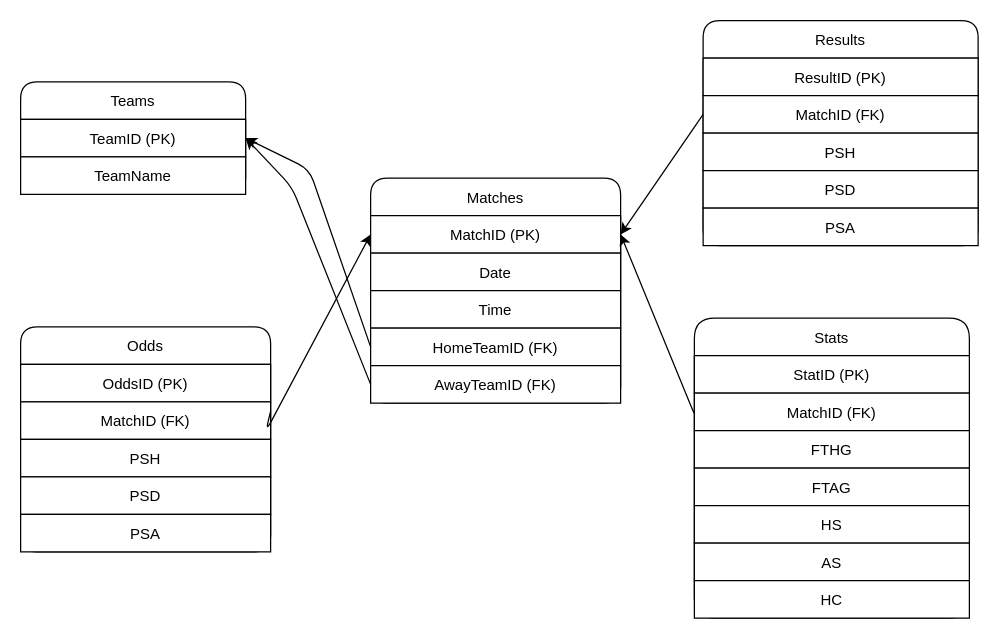
The draw.io diagram shemat_db.drawio in Damien0101/football_prediction, before the edit. Source tidied: cells renumbered, new cells numbered last; positions are measured from the earlier drawing's top-left corner, leaving out a move shared by most shapes. Both pictures are drawn from the tidied source at 125%, with x=0, y=0 at pixel (20, 20).
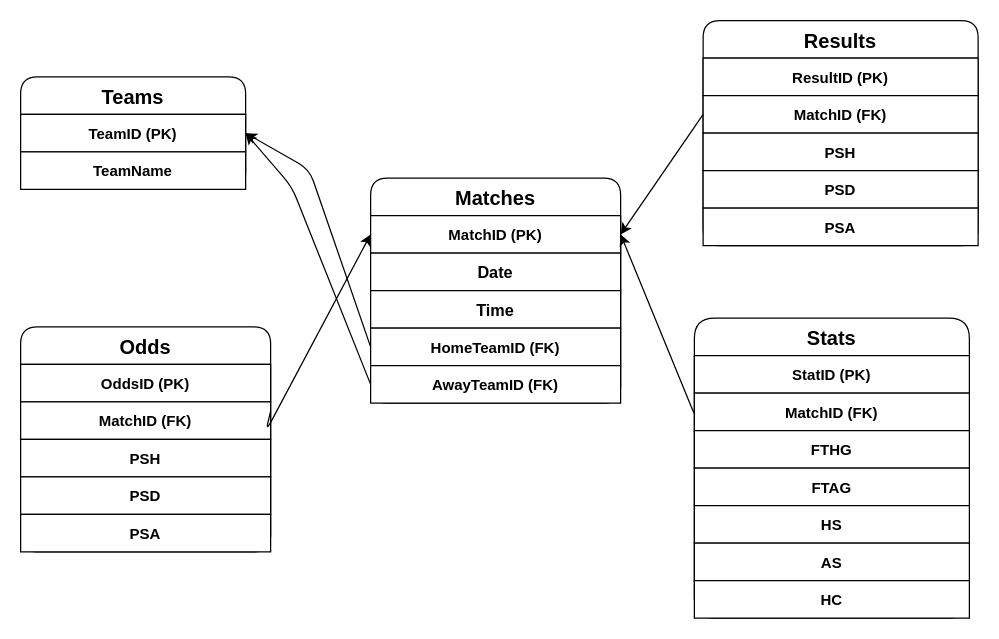
The same diagram, later.

What changed in the source:
```diff
@@
-    <mxCell id="2" value="Teams" style="shape=table;startSize=30;rounded=1;" parent="1" vertex="1">
-      <mxGeometry y="49" width="180" height="90" as="geometry" />
+    <mxCell id="2" value="Teams" style="shape=table;startSize=30;rounded=1;fontStyle=1;fontSize=16;" parent="1" vertex="1">
+      <mxGeometry y="45" width="180" height="90" as="geometry" />
     </mxCell>
-    <mxCell id="3" value="TeamID (PK)" parent="2" vertex="1">
+    <mxCell id="3" value="TeamID (PK)" style="fontStyle=1;" parent="2" vertex="1">
       <mxGeometry y="30" width="180" height="30" as="geometry" />
     </mxCell>
-    <mxCell id="4" value="TeamName" parent="2" vertex="1">
+    <mxCell id="4" value="TeamName" style="fontStyle=1;" parent="2" vertex="1">
       <mxGeometry y="60" width="180" height="30" as="geometry" />
     </mxCell>
-    <mxCell id="5" value="Matches" style="shape=table;startSize=30;swimlaneFillColor=none;rounded=1;" parent="1" vertex="1">
+    <mxCell id="5" value="Matches" style="shape=table;startSize=30;swimlaneFillColor=none;rounded=1;fontStyle=1;fontSize=16;" parent="1" vertex="1">
       <mxGeometry x="280" y="126" width="200" height="180" as="geometry" />
     </mxCell>
-    <mxCell id="6" value="MatchID (PK)" parent="5" vertex="1">
+    <mxCell id="6" value="MatchID (PK)" style="fontStyle=1;" parent="5" vertex="1">
       <mxGeometry y="30" width="200" height="30" as="geometry" />
     </mxCell>
-    <mxCell id="7" value="Date" parent="5" vertex="1">
+    <mxCell id="7" value="Date" style="fontStyle=1;fontSize=13;" parent="5" vertex="1">
       <mxGeometry y="60" width="200" height="30" as="geometry" />
     </mxCell>
-    <mxCell id="8" value="Time" parent="5" vertex="1">
+    <mxCell id="8" value="Time" style="fontStyle=1;fontSize=13;" parent="5" vertex="1">
       <mxGeometry y="90" width="200" height="30" as="geometry" />
     </mxCell>
-    <mxCell id="9" value="HomeTeamID (FK)" parent="5" vertex="1">
+    <mxCell id="9" value="HomeTeamID (FK)" style="fontStyle=1;" parent="5" vertex="1">
       <mxGeometry y="120" width="200" height="30" as="geometry" />
     </mxCell>
-    <mxCell id="10" value="AwayTeamID (FK)" parent="5" vertex="1">
+    <mxCell id="10" value="AwayTeamID (FK)" style="fontStyle=1;" parent="5" vertex="1">
       <mxGeometry y="150" width="200" height="30" as="geometry" />
     </mxCell>
-    <mxCell id="11" value="Stats" style="shape=table;startSize=30;rounded=1;arcSize=18;" parent="1" vertex="1">
+    <mxCell id="11" value="Stats" style="shape=table;startSize=30;rounded=1;arcSize=18;fontStyle=1;fontSize=16;" parent="1" vertex="1">
       <mxGeometry x="539" y="238" width="220" height="240" as="geometry" />
     </mxCell>
-    <mxCell id="12" value="StatID (PK)" parent="11" vertex="1">
+    <mxCell id="12" value="StatID (PK)" style="fontStyle=1;" parent="11" vertex="1">
       <mxGeometry y="30" width="220" height="30" as="geometry" />
     </mxCell>
-    <mxCell id="13" value="MatchID (FK)" parent="11" vertex="1">
+    <mxCell id="13" value="MatchID (FK)" style="fontStyle=1;" parent="11" vertex="1">
       <mxGeometry y="60" width="220" height="30" as="geometry" />
     </mxCell>
-    <mxCell id="14" value="FTHG" parent="11" vertex="1">
+    <mxCell id="14" value="FTHG" style="fontStyle=1;" parent="11" vertex="1">
       <mxGeometry y="90" width="220" height="30" as="geometry" />
     </mxCell>
-    <mxCell id="15" value="FTAG" parent="11" vertex="1">
+    <mxCell id="15" value="FTAG" style="fontStyle=1;" parent="11" vertex="1">
       <mxGeometry y="120" width="220" height="30" as="geometry" />
     </mxCell>
-    <mxCell id="16" value="HS" parent="11" vertex="1">
+    <mxCell id="16" value="HS" style="fontStyle=1;" parent="11" vertex="1">
       <mxGeometry y="150" width="220" height="30" as="geometry" />
     </mxCell>
-    <mxCell id="17" value="AS" parent="11" vertex="1">
+    <mxCell id="17" value="AS" style="fontStyle=1;" parent="11" vertex="1">
       <mxGeometry y="180" width="220" height="30" as="geometry" />
     </mxCell>
-    <mxCell id="18" value="HC" style="rounded=0;" parent="11" vertex="1">
+    <mxCell id="18" value="HC" style="rounded=0;fontStyle=1;" parent="11" vertex="1">
       <mxGeometry y="210" width="220" height="30" as="geometry" />
     </mxCell>
-    <mxCell id="19" value="Odds" style="shape=table;startSize=30;rounded=1;" parent="1" vertex="1">
+    <mxCell id="19" value="Odds" style="shape=table;startSize=30;rounded=1;fontSize=16;fontStyle=1;" parent="1" vertex="1">
       <mxGeometry y="245" width="200" height="180" as="geometry" />
     </mxCell>
-    <mxCell id="20" value="OddsID (PK)" parent="19" vertex="1">
+    <mxCell id="20" value="OddsID (PK)" style="fontStyle=1;" parent="19" vertex="1">
       <mxGeometry y="30" width="200" height="30" as="geometry" />
     </mxCell>
-    <mxCell id="21" value="MatchID (FK)" parent="19" vertex="1">
+    <mxCell id="21" value="MatchID (FK)" style="fontStyle=1;" parent="19" vertex="1">
       <mxGeometry y="60" width="200" height="30" as="geometry" />
     </mxCell>
-    <mxCell id="22" value="PSH" parent="19" vertex="1">
+    <mxCell id="22" value="PSH" style="fontStyle=1;" parent="19" vertex="1">
       <mxGeometry y="90" width="200" height="30" as="geometry" />
     </mxCell>
-    <mxCell id="23" value="PSD" parent="19" vertex="1">
+    <mxCell id="23" value="PSD" style="fontStyle=1;" parent="19" vertex="1">
       <mxGeometry y="120" width="200" height="30" as="geometry" />
     </mxCell>
-    <mxCell id="24" value="PSA" parent="19" vertex="1">
+    <mxCell id="24" value="PSA" style="fontStyle=1;" parent="19" vertex="1">
       <mxGeometry y="150" width="200" height="30" as="geometry" />
     </mxCell>
-    <mxCell id="25" value="Results" style="shape=table;startSize=30;rounded=1;" parent="1" vertex="1">
+    <mxCell id="25" value="Results" style="shape=table;startSize=30;rounded=1;fontSize=16;fontStyle=1;" parent="1" vertex="1">
       <mxGeometry x="546" width="220" height="180" as="geometry" />
     </mxCell>
-    <mxCell id="26" value="ResultID (PK)" parent="25" vertex="1">
+    <mxCell id="26" value="ResultID (PK)" style="fontStyle=1;" parent="25" vertex="1">
       <mxGeometry y="30" width="220" height="30" as="geometry" />
     </mxCell>
-    <mxCell id="27" value="MatchID (FK)" parent="25" vertex="1">
+    <mxCell id="27" value="MatchID (FK)" style="fontStyle=1;" parent="25" vertex="1">
       <mxGeometry y="60" width="220" height="30" as="geometry" />
     </mxCell>
-    <mxCell id="28" value="PSH" parent="25" vertex="1">
+    <mxCell id="28" value="PSH" style="fontStyle=1;" parent="25" vertex="1">
       <mxGeometry y="90" width="220" height="30" as="geometry" />
     </mxCell>
-    <mxCell id="29" value="PSD" parent="25" vertex="1">
+    <mxCell id="29" value="PSD" style="fontStyle=1;" parent="25" vertex="1">
       <mxGeometry y="120" width="220" height="30" as="geometry" />
     </mxCell>
-    <mxCell id="30" value="PSA" parent="25" vertex="1">
+    <mxCell id="30" value="PSA" style="fontStyle=1;" parent="25" vertex="1">
       <mxGeometry y="150" width="220" height="30" as="geometry" />
     </mxCell>
```
